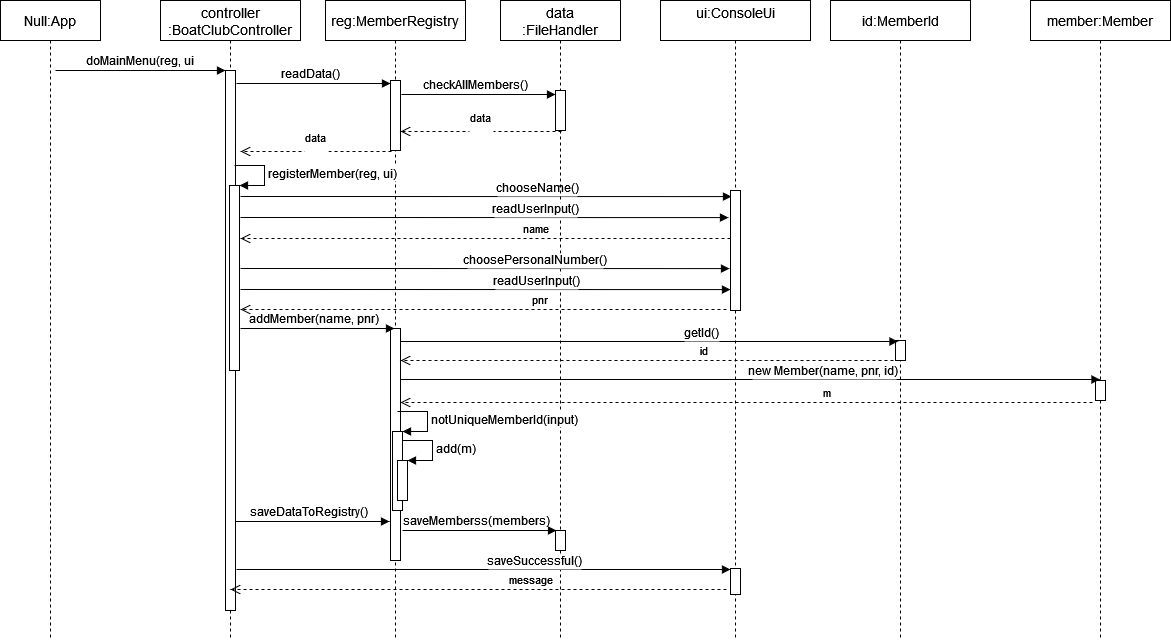
Before: img/sequence-diagram.png, a diagram exported from draw.io (Thanhtran34/MVC-boatclub). Source tidied: cells renumbered, new cells last; positions are measured from the earlier drawing's top-left corner, leaving out a move shared by most shapes.
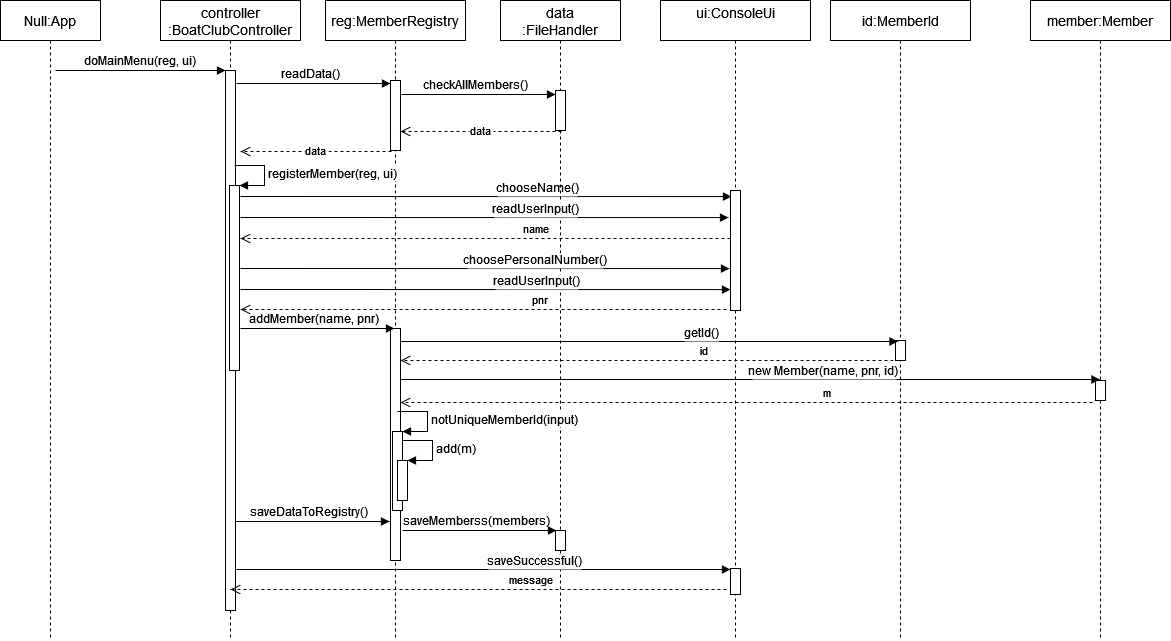
After the change.

Diff of the diagram source:
```diff
@@ -11,7 +11,7 @@
     <mxCell id="4" style="points=[];perimeter=orthogonalPerimeter;rounded=0;shadow=0;strokeWidth=1;" parent="3" vertex="1">
       <mxGeometry x="65" y="70" width="10" height="540" as="geometry" />
     </mxCell>
-    <mxCell id="5" value="doMainMenu(reg, ui" style="verticalAlign=bottom;endArrow=block;entryX=0;entryY=0;shadow=0;strokeWidth=1;fontSize=12;" parent="1" edge="1" target="4">
+    <mxCell id="5" value="doMainMenu(reg, ui)" style="verticalAlign=bottom;endArrow=block;entryX=0;entryY=0;shadow=0;strokeWidth=1;fontSize=12;" parent="1" edge="1" target="4">
       <mxGeometry relative="1" as="geometry">
         <mxPoint x="55" y="70" as="sourcePoint" />
       </mxGeometry>
@@ -64,13 +64,13 @@
         <mxPoint x="555" y="94" as="targetPoint" />
       </mxGeometry>
     </mxCell>
-    <mxCell id="19" value="data&#10;" style="verticalAlign=bottom;endArrow=open;dashed=1;endSize=8;exitX=0;exitY=0.95;shadow=0;strokeWidth=1;" parent="1" edge="1">
+    <mxCell id="19" value="data" style="verticalAlign=bottom;endArrow=open;dashed=1;endSize=8;exitX=0;exitY=0.95;shadow=0;strokeWidth=1;" parent="1" edge="1">
       <mxGeometry x="0.01" y="9" relative="1" as="geometry">
         <mxPoint x="561" y="131" as="sourcePoint" />
         <mxPoint x="400" y="131" as="targetPoint" />
       </mxGeometry>
     </mxCell>
-    <mxCell id="20" value="data&#10;" style="verticalAlign=bottom;endArrow=open;dashed=1;endSize=8;exitX=0;exitY=0.95;shadow=0;strokeWidth=1;" parent="1" edge="1">
+    <mxCell id="20" value="data" style="verticalAlign=bottom;endArrow=open;dashed=1;endSize=8;exitX=0;exitY=0.95;shadow=0;strokeWidth=1;" parent="1" edge="1">
       <mxGeometry x="0.01" y="9" relative="1" as="geometry">
         <mxPoint x="391" y="151" as="sourcePoint" />
         <mxPoint x="240" y="151" as="targetPoint" />
```
